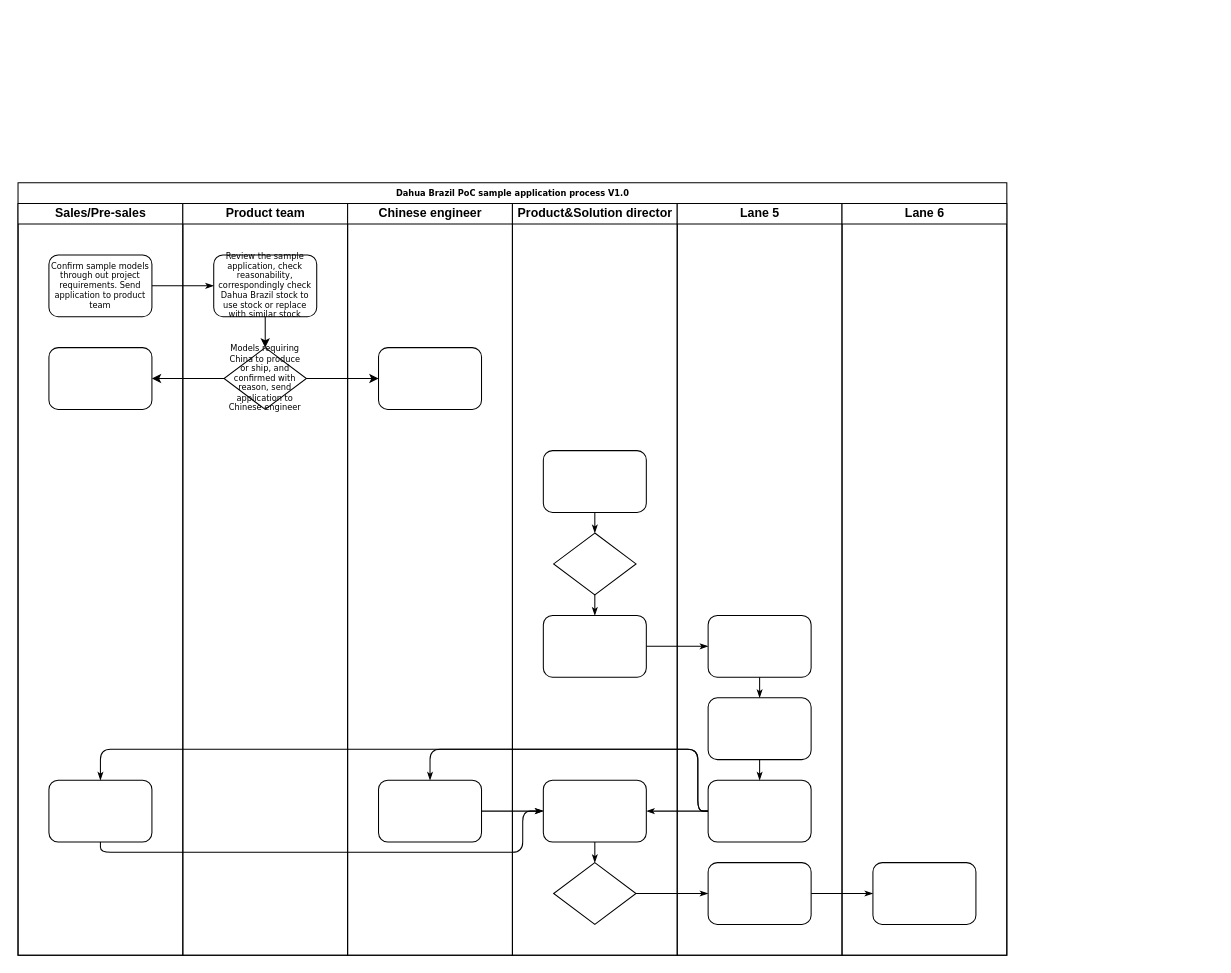
Above: Dahua Brazil PoC sample application process V1.0.drawio in akkkriver/diagramswork (draw.io), before the change. Source tidied: cells renumbered, new cells numbered last; positions are measured from the earlier drawing's top-left corner, leaving out a move shared by most shapes. Both pictures are drawn from the tidied source at 103%, with x=0, y=0 at pixel (18, 182).
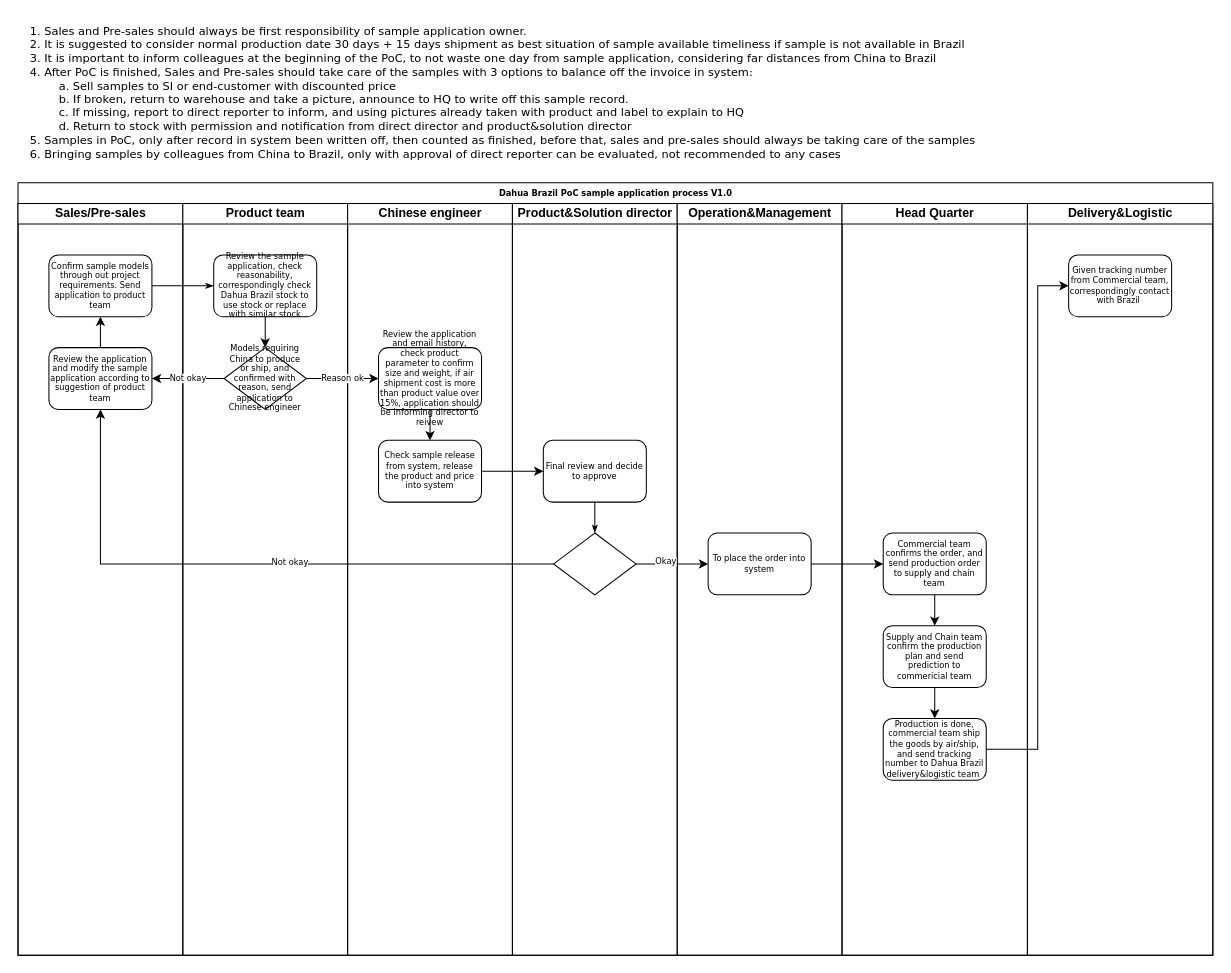
The same diagram, later.

Unchanged cells that the change refers to:
```xml
<mxCell id="3" value="Sales/Pre-sales" style="swimlane;html=1;startSize=20;labelBackgroundColor=none;" parent="2" vertex="1">
  <mxGeometry y="20" width="160" height="730" as="geometry" />
</mxCell>
<mxCell id="4" value="Confirm sample models through out project requirements. Send application to product team" style="rounded=1;whiteSpace=wrap;html=1;shadow=0;labelBackgroundColor=none;strokeWidth=1;fontFamily=Verdana;fontSize=8;align=center;" parent="3" vertex="1">
  <mxGeometry x="30" y="50" width="100" height="60" as="geometry" />
</mxCell>
<mxCell id="19" value="Models requiring China to produce or ship, and confirmed with reason, send application to Chinese engineer" style="rhombus;whiteSpace=wrap;html=1;rounded=0;shadow=0;labelBackgroundColor=none;strokeWidth=1;fontFamily=Verdana;fontSize=8;align=center;" parent="16" vertex="1">
  <mxGeometry x="40" y="140" width="80" height="60" as="geometry" />
</mxCell>
<mxCell id="20" value="Chinese engineer" style="swimlane;html=1;startSize=20;labelBackgroundColor=none;" parent="2" vertex="1">
  <mxGeometry x="320" y="20" width="160" height="730" as="geometry" />
</mxCell>
<mxCell id="23" value="Product&amp;amp;Solution director" style="swimlane;html=1;startSize=20;labelBackgroundColor=none;" parent="2" vertex="1">
  <mxGeometry x="480" y="20" width="160" height="730" as="geometry" />
</mxCell>
<mxCell id="25" style="rhombus;whiteSpace=wrap;html=1;rounded=0;shadow=0;labelBackgroundColor=none;strokeWidth=1;fontFamily=Verdana;fontSize=8;align=center;" parent="23" vertex="1">
  <mxGeometry x="40" y="320" width="80" height="60" as="geometry" />
</mxCell>
```

Diff of the diagram source:
```diff
@@
     <mxCell id="2" value="Dahua Brazil PoC sample application process V1.0" style="swimlane;html=1;startSize=20;rounded=0;shadow=0;labelBackgroundColor=none;strokeWidth=1;fontFamily=Verdana;fontSize=8;align=center;" parent="1" vertex="1">
-      <mxGeometry width="960" height="750" as="geometry" />
+      <mxGeometry width="1160" height="750" as="geometry" />
     </mxCell>
@@
+    <mxCell id="43" style="edgeStyle=orthogonalEdgeStyle;rounded=0;jettySize=auto;html=1;fontFamily=Verdana;fontSize=8;fontColor=default;startSize=20;" parent="3" edge="1" source="5" target="4">
+      <mxGeometry relative="1" as="geometry" />
+    </mxCell>
-    <mxCell id="5" style="rounded=1;whiteSpace=wrap;html=1;shadow=0;labelBackgroundColor=none;strokeWidth=1;fontFamily=Verdana;fontSize=8;align=center;" parent="3" vertex="1">
+    <mxCell id="5" value="Review the application and modify the sample application according to suggestion of product team" style="rounded=1;whiteSpace=wrap;html=1;shadow=0;labelBackgroundColor=none;strokeWidth=1;fontFamily=Verdana;fontSize=8;align=center;" parent="3" vertex="1">
       <mxGeometry x="30" y="140" width="100" height="60" as="geometry" />
     </mxCell>
-    <mxCell id="6" style="rounded=1;whiteSpace=wrap;html=1;shadow=0;labelBackgroundColor=none;strokeWidth=1;fontFamily=Verdana;fontSize=8;align=center;" parent="3" vertex="1">
-      <mxGeometry x="30" y="560" width="100" height="60" as="geometry" />
-    </mxCell>
@@
-    <mxCell id="8" style="edgeStyle=orthogonalEdgeStyle;rounded=1;html=1;labelBackgroundColor=none;startArrow=none;startFill=0;startSize=5;endArrow=classicThin;endFill=1;endSize=5;jettySize=auto;strokeWidth=1;fontFamily=Verdana;fontSize=8;fontColor=default;" parent="2" edge="1" source="28" target="36">
-      <mxGeometry relative="1" as="geometry" />
-    </mxCell>
-    <mxCell id="9" style="edgeStyle=orthogonalEdgeStyle;rounded=1;html=1;labelBackgroundColor=none;startArrow=none;startFill=0;startSize=5;endArrow=classicThin;endFill=1;endSize=5;jettySize=auto;strokeWidth=1;fontFamily=Verdana;fontSize=8;fontColor=default;" parent="2" edge="1" source="36" target="40">
-      <mxGeometry relative="1" as="geometry" />
-    </mxCell>
-    <mxCell id="10" style="edgeStyle=orthogonalEdgeStyle;rounded=1;html=1;labelBackgroundColor=none;startArrow=none;startFill=0;startSize=5;endArrow=classicThin;endFill=1;endSize=5;jettySize=auto;strokeWidth=1;fontFamily=Verdana;fontSize=8;fontColor=default;" parent="2" edge="1" source="26" target="33">
-      <mxGeometry relative="1" as="geometry" />
-    </mxCell>
-    <mxCell id="11" style="edgeStyle=orthogonalEdgeStyle;rounded=1;html=1;labelBackgroundColor=none;startArrow=none;startFill=0;startSize=5;endArrow=classicThin;endFill=1;endSize=5;jettySize=auto;strokeWidth=1;fontFamily=Verdana;fontSize=8;fontColor=default;" parent="2" edge="1" source="35" target="22">
-      <mxGeometry relative="1" as="geometry">
-        <Array as="points">
-          <mxPoint x="660" y="610" />
-          <mxPoint x="660" y="550" />
-          <mxPoint x="400" y="550" />
-        </Array>
-      </mxGeometry>
-    </mxCell>
-    <mxCell id="12" style="edgeStyle=orthogonalEdgeStyle;rounded=1;html=1;labelBackgroundColor=none;startArrow=none;startFill=0;startSize=5;endArrow=classicThin;endFill=1;endSize=5;jettySize=auto;strokeWidth=1;fontFamily=Verdana;fontSize=8;fontColor=default;" parent="2" edge="1" source="35" target="27">
-      <mxGeometry relative="1" as="geometry" />
-    </mxCell>
-    <mxCell id="13" style="edgeStyle=orthogonalEdgeStyle;rounded=1;html=1;labelBackgroundColor=none;startArrow=none;startFill=0;startSize=5;endArrow=classicThin;endFill=1;endSize=5;jettySize=auto;strokeWidth=1;fontFamily=Verdana;fontSize=8;fontColor=default;" parent="2" edge="1" source="35" target="6">
-      <mxGeometry relative="1" as="geometry">
-        <Array as="points">
-          <mxPoint x="660" y="610" />
-          <mxPoint x="660" y="550" />
-          <mxPoint x="80" y="550" />
-        </Array>
-      </mxGeometry>
-    </mxCell>
-    <mxCell id="14" style="edgeStyle=orthogonalEdgeStyle;rounded=1;html=1;labelBackgroundColor=none;startArrow=none;startFill=0;startSize=5;endArrow=classicThin;endFill=1;endSize=5;jettySize=auto;strokeWidth=1;fontFamily=Verdana;fontSize=8;fontColor=default;" parent="2" edge="1" source="6" target="27">
-      <mxGeometry relative="1" as="geometry">
-        <Array as="points">
-          <mxPoint x="80" y="650" />
-          <mxPoint x="490" y="650" />
-          <mxPoint x="490" y="610" />
-        </Array>
-      </mxGeometry>
-    </mxCell>
-    <mxCell id="15" style="edgeStyle=orthogonalEdgeStyle;rounded=1;html=1;labelBackgroundColor=none;startArrow=none;startFill=0;startSize=5;endArrow=classicThin;endFill=1;endSize=5;jettySize=auto;strokeWidth=1;fontFamily=Verdana;fontSize=8;fontColor=default;" parent="2" edge="1" source="22" target="27">
-      <mxGeometry relative="1" as="geometry" />
-    </mxCell>
@@
+    <mxCell id="44" style="edgeStyle=orthogonalEdgeStyle;rounded=0;jettySize=auto;html=1;fontFamily=Verdana;fontSize=8;fontColor=default;startSize=20;" parent="20" edge="1" source="21" target="45">
+      <mxGeometry relative="1" as="geometry" />
+    </mxCell>
-    <mxCell id="21" style="rounded=1;whiteSpace=wrap;html=1;shadow=0;labelBackgroundColor=none;strokeWidth=1;fontFamily=Verdana;fontSize=8;align=center;" parent="20" vertex="1">
+    <mxCell id="21" value="Review the application and email history, check product parameter to confirm size and weight, if air shipment cost is more than product value over 15%, application should be informing director to reivew" style="rounded=1;whiteSpace=wrap;html=1;shadow=0;labelBackgroundColor=none;strokeWidth=1;fontFamily=Verdana;fontSize=8;align=center;" parent="20" vertex="1">
       <mxGeometry x="30" y="140" width="100" height="60" as="geometry" />
     </mxCell>
-    <mxCell id="22" style="rounded=1;whiteSpace=wrap;html=1;shadow=0;labelBackgroundColor=none;strokeWidth=1;fontFamily=Verdana;fontSize=8;align=center;" parent="20" vertex="1">
-      <mxGeometry x="30" y="560" width="100" height="60" as="geometry" />
-    </mxCell>
+    <mxCell id="45" value="Check sample release from system, release the product and price into system" style="rounded=1;whiteSpace=wrap;html=1;shadow=0;labelBackgroundColor=none;strokeWidth=1;fontFamily=Verdana;fontSize=8;align=center;" parent="20" vertex="1">
+      <mxGeometry x="30" y="230" width="100" height="60" as="geometry" />
+    </mxCell>
@@
-    <mxCell id="24" style="rounded=1;whiteSpace=wrap;html=1;shadow=0;labelBackgroundColor=none;strokeWidth=1;fontFamily=Verdana;fontSize=8;align=center;" parent="23" vertex="1">
-      <mxGeometry x="30" y="240" width="100" height="60" as="geometry" />
+    <mxCell id="24" value="Final review and decide to approve" style="rounded=1;whiteSpace=wrap;html=1;shadow=0;labelBackgroundColor=none;strokeWidth=1;fontFamily=Verdana;fontSize=8;align=center;" parent="23" vertex="1">
+      <mxGeometry x="30" y="230" width="100" height="60" as="geometry" />
     </mxCell>
@@
-    <mxCell id="26" style="rounded=1;whiteSpace=wrap;html=1;shadow=0;labelBackgroundColor=none;strokeWidth=1;fontFamily=Verdana;fontSize=8;align=center;" parent="23" vertex="1">
-      <mxGeometry x="30" y="400" width="100" height="60" as="geometry" />
-    </mxCell>
-    <mxCell id="27" style="rounded=1;whiteSpace=wrap;html=1;shadow=0;labelBackgroundColor=none;strokeWidth=1;fontFamily=Verdana;fontSize=8;align=center;" parent="23" vertex="1">
-      <mxGeometry x="30" y="560" width="100" height="60" as="geometry" />
-    </mxCell>
-    <mxCell id="28" style="rhombus;whiteSpace=wrap;html=1;rounded=0;shadow=0;labelBackgroundColor=none;strokeWidth=1;fontFamily=Verdana;fontSize=8;align=center;" parent="23" vertex="1">
-      <mxGeometry x="40" y="640" width="80" height="60" as="geometry" />
-    </mxCell>
@@
-    <mxCell id="30" style="edgeStyle=orthogonalEdgeStyle;rounded=1;html=1;labelBackgroundColor=none;startArrow=none;startFill=0;startSize=5;endArrow=classicThin;endFill=1;endSize=5;jettySize=auto;strokeWidth=1;fontFamily=Verdana;fontSize=8;fontColor=default;" parent="23" edge="1" source="25" target="26">
-      <mxGeometry relative="1" as="geometry" />
-    </mxCell>
-    <mxCell id="31" style="edgeStyle=orthogonalEdgeStyle;rounded=1;html=1;labelBackgroundColor=none;startArrow=none;startFill=0;startSize=5;endArrow=classicThin;endFill=1;endSize=5;jettySize=auto;strokeWidth=1;fontFamily=Verdana;fontSize=8;fontColor=default;" parent="23" edge="1" source="27" target="28">
-      <mxGeometry relative="1" as="geometry" />
-    </mxCell>
-    <mxCell id="32" value="Lane 5" style="swimlane;html=1;startSize=20;labelBackgroundColor=none;" parent="2" vertex="1">
+    <mxCell id="32" value="Operation&amp;amp;Management" style="swimlane;html=1;startSize=20;labelBackgroundColor=none;" parent="2" vertex="1">
       <mxGeometry x="640" y="20" width="160" height="730" as="geometry" />
     </mxCell>
+    <mxCell id="46" value="To place the order into system" style="rounded=1;whiteSpace=wrap;html=1;shadow=0;labelBackgroundColor=none;strokeWidth=1;fontFamily=Verdana;fontSize=8;align=center;" parent="32" vertex="1">
+      <mxGeometry x="30" y="320" width="100" height="60" as="geometry" />
+    </mxCell>
+    <mxCell id="39" value="Head Quarter" style="swimlane;html=1;startSize=20;labelBackgroundColor=none;" parent="2" vertex="1">
+      <mxGeometry x="800" y="20" width="180" height="730" as="geometry" />
+    </mxCell>
+    <mxCell id="47" style="edgeStyle=orthogonalEdgeStyle;rounded=0;jettySize=auto;html=1;fontFamily=Verdana;fontSize=8;fontColor=default;startSize=20;" parent="39" edge="1" source="40" target="49">
+      <mxGeometry relative="1" as="geometry" />
+    </mxCell>
+    <mxCell id="40" value="Supply and Chain team confirm the production plan and send prediction to commericial team" style="rounded=1;whiteSpace=wrap;html=1;shadow=0;labelBackgroundColor=none;strokeWidth=1;fontFamily=Verdana;fontSize=8;align=center;" parent="39" vertex="1">
+      <mxGeometry x="40" y="410" width="100" height="60" as="geometry" />
+    </mxCell>
+    <mxCell id="48" style="edgeStyle=orthogonalEdgeStyle;rounded=0;jettySize=auto;html=1;fontFamily=Verdana;fontSize=8;fontColor=default;startSize=20;" parent="39" edge="1" source="33" target="40">
+      <mxGeometry relative="1" as="geometry" />
+    </mxCell>
-    <mxCell id="33" style="rounded=1;whiteSpace=wrap;html=1;shadow=0;labelBackgroundColor=none;strokeWidth=1;fontFamily=Verdana;fontSize=8;align=center;" parent="32" vertex="1">
-      <mxGeometry x="30" y="400" width="100" height="60" as="geometry" />
+    <mxCell id="33" value="Commercial team confirms the order, and send production order to supply and chain team" style="rounded=1;whiteSpace=wrap;html=1;shadow=0;labelBackgroundColor=none;strokeWidth=1;fontFamily=Verdana;fontSize=8;align=center;" parent="39" vertex="1">
+      <mxGeometry x="40" y="320" width="100" height="60" as="geometry" />
     </mxCell>
-    <mxCell id="34" style="rounded=1;whiteSpace=wrap;html=1;shadow=0;labelBackgroundColor=none;strokeWidth=1;fontFamily=Verdana;fontSize=8;align=center;" parent="32" vertex="1">
-      <mxGeometry x="30" y="480" width="100" height="60" as="geometry" />
-    </mxCell>
-    <mxCell id="35" style="rounded=1;whiteSpace=wrap;html=1;shadow=0;labelBackgroundColor=none;strokeWidth=1;fontFamily=Verdana;fontSize=8;align=center;" parent="32" vertex="1">
-      <mxGeometry x="30" y="560" width="100" height="60" as="geometry" />
-    </mxCell>
-    <mxCell id="36" style="rounded=1;whiteSpace=wrap;html=1;shadow=0;labelBackgroundColor=none;strokeWidth=1;fontFamily=Verdana;fontSize=8;align=center;" parent="32" vertex="1">
-      <mxGeometry x="30" y="640" width="100" height="60" as="geometry" />
-    </mxCell>
-    <mxCell id="37" style="edgeStyle=orthogonalEdgeStyle;rounded=1;html=1;labelBackgroundColor=none;startArrow=none;startFill=0;startSize=5;endArrow=classicThin;endFill=1;endSize=5;jettySize=auto;strokeWidth=1;fontFamily=Verdana;fontSize=8;fontColor=default;" parent="32" edge="1" source="33" target="34">
-      <mxGeometry relative="1" as="geometry" />
-    </mxCell>
-    <mxCell id="38" style="edgeStyle=orthogonalEdgeStyle;rounded=1;html=1;labelBackgroundColor=none;startArrow=none;startFill=0;startSize=5;endArrow=classicThin;endFill=1;endSize=5;jettySize=auto;strokeWidth=1;fontFamily=Verdana;fontSize=8;fontColor=default;" parent="32" edge="1" source="34" target="35">
-      <mxGeometry relative="1" as="geometry" />
-    </mxCell>
-    <mxCell id="39" value="Lane 6" style="swimlane;html=1;startSize=20;labelBackgroundColor=none;" parent="2" vertex="1">
-      <mxGeometry x="800" y="20" width="160" height="730" as="geometry" />
-    </mxCell>
-    <mxCell id="40" style="rounded=1;whiteSpace=wrap;html=1;shadow=0;labelBackgroundColor=none;strokeWidth=1;fontFamily=Verdana;fontSize=8;align=center;" parent="39" vertex="1">
-      <mxGeometry x="30" y="640" width="100" height="60" as="geometry" />
-    </mxCell>
+    <mxCell id="49" value="Production is done, commercial team ship the goods by air/ship, and send tracking number to Dahua Brazil delivery&amp;amp;logistic team&amp;nbsp;" style="rounded=1;whiteSpace=wrap;html=1;shadow=0;labelBackgroundColor=none;strokeWidth=1;fontFamily=Verdana;fontSize=8;align=center;" parent="39" vertex="1">
+      <mxGeometry x="40" y="500" width="100" height="60" as="geometry" />
+    </mxCell>
-    <mxCell id="41" style="edgeStyle=orthogonalEdgeStyle;rounded=0;jettySize=auto;html=1;fontFamily=Verdana;fontSize=8;fontColor=default;startSize=20;" parent="2" edge="1" source="19" target="5">
+    <mxCell id="41" value="Not okay" style="edgeStyle=orthogonalEdgeStyle;rounded=0;jettySize=auto;html=1;fontFamily=Verdana;fontSize=8;fontColor=default;startSize=20;" parent="2" edge="1" source="19" target="5">
       <mxGeometry relative="1" as="geometry" />
     </mxCell>
-    <mxCell id="42" style="edgeStyle=orthogonalEdgeStyle;rounded=0;jettySize=auto;html=1;fontFamily=Verdana;fontSize=8;fontColor=default;startSize=20;" parent="2" edge="1" source="19" target="21">
+    <mxCell id="42" value="Reason ok" style="edgeStyle=orthogonalEdgeStyle;rounded=0;jettySize=auto;html=1;fontFamily=Verdana;fontSize=8;fontColor=default;startSize=20;" parent="2" edge="1" source="19" target="21">
       <mxGeometry relative="1" as="geometry" />
     </mxCell>
+    <mxCell id="50" style="edgeStyle=orthogonalEdgeStyle;rounded=0;jettySize=auto;html=1;fontFamily=Verdana;fontSize=8;fontColor=default;startSize=20;" parent="2" edge="1" source="45" target="24">
+      <mxGeometry relative="1" as="geometry" />
+    </mxCell>
+    <mxCell id="51" style="edgeStyle=orthogonalEdgeStyle;rounded=0;jettySize=auto;html=1;fontFamily=Verdana;fontSize=8;fontColor=default;startSize=20;entryX=0.5;entryY=1;entryDx=0;entryDy=0;" parent="2" edge="1" source="25" target="5">
+      <mxGeometry relative="1" as="geometry" />
+    </mxCell>
+    <mxCell id="52" value="Not okay" style="edgeLabel;html=1;align=center;verticalAlign=middle;fontSize=8;fontFamily=Verdana;fontColor=default;" parent="51" vertex="1">
+      <mxGeometry x="-0.13" y="-2" relative="1" as="geometry" />
+    </mxCell>
+    <mxCell id="53" style="edgeStyle=orthogonalEdgeStyle;rounded=0;jettySize=auto;html=1;fontFamily=Verdana;fontSize=8;fontColor=default;startSize=20;" parent="2" edge="1" source="25" target="46">
+      <mxGeometry relative="1" as="geometry" />
+    </mxCell>
+    <mxCell id="54" value="Okay" style="edgeLabel;html=1;align=center;verticalAlign=middle;fontSize=8;fontFamily=Verdana;fontColor=default;" parent="53" vertex="1">
+      <mxGeometry x="-0.21" y="3" relative="1" as="geometry" />
+    </mxCell>
+    <mxCell id="55" value="Delivery&amp;amp;Logistic" style="swimlane;html=1;startSize=20;labelBackgroundColor=none;" parent="2" vertex="1">
+      <mxGeometry x="980" y="20" width="180" height="730" as="geometry" />
+    </mxCell>
+    <mxCell id="56" value="Given tracking number from Commercial team, correspondingly contact with Brazil&amp;nbsp;" style="rounded=1;whiteSpace=wrap;html=1;shadow=0;labelBackgroundColor=none;strokeWidth=1;fontFamily=Verdana;fontSize=8;align=center;" parent="55" vertex="1">
+      <mxGeometry x="40" y="50" width="100" height="60" as="geometry" />
+    </mxCell>
+    <mxCell id="57" style="edgeStyle=orthogonalEdgeStyle;rounded=0;jettySize=auto;html=1;fontFamily=Verdana;fontSize=8;fontColor=default;startSize=20;" parent="2" edge="1" source="46" target="33">
+      <mxGeometry relative="1" as="geometry" />
+    </mxCell>
+    <mxCell id="58" style="edgeStyle=orthogonalEdgeStyle;rounded=0;jettySize=auto;html=1;fontFamily=Verdana;fontSize=8;fontColor=default;startSize=20;entryX=0;entryY=0.5;entryDx=0;entryDy=0;" parent="2" edge="1" source="49" target="56">
+      <mxGeometry relative="1" as="geometry">
+        <Array as="points">
+          <mxPoint x="990" y="550" />
+          <mxPoint x="990" y="100" />
+        </Array>
+      </mxGeometry>
+    </mxCell>
+    <mxCell id="59" value="&lt;font style=&quot;font-size: 11px;&quot;&gt;1. Sales and Pre-sales should always be first responsibility of sample application owner.&lt;br&gt;2. It is suggested to consider normal production date 30 days + 15 days shipment as best situation of sample available&amp;nbsp;timeliness if sample is not available in Brazil&lt;br&gt;3. It is important to inform colleagues at the beginning of the PoC, to not waste one day from sample application, considering far distances from China to Brazil&lt;br&gt;4. After PoC is finished, Sales and Pre-sales should take care of the samples with 3 options to balance off the invoice in system:&lt;br&gt;&lt;span style=&quot;white-space: pre;&quot;&gt;&#9;&lt;/span&gt;a. Sell samples to SI or end-customer with discounted price&lt;br&gt;&lt;span style=&quot;white-space: pre;&quot;&gt;&#9;&lt;/span&gt;b. If broken, return to warehouse and take a picture, announce to HQ to write off this sample record.&lt;br&gt;&lt;span style=&quot;white-space: pre;&quot;&gt;&#9;&lt;/span&gt;c. If missing, report to direct reporter to inform, and using pictures already taken with product and label to explain to HQ&lt;br&gt;&lt;span style=&quot;white-space: pre;&quot;&gt;&#9;&lt;/span&gt;d. Return to stock with permission and notification from direct director and product&amp;amp;solution director&lt;br&gt;5. Samples in PoC, only after record in system been written off, then counted as finished, before that, sales and pre-sales should always be taking care of the samples&lt;br&gt;6. Bringing samples by colleagues from China to Brazil, only with approval of direct reporter can be evaluated, not recommended to any cases&lt;br&gt;&lt;/font&gt;" style="text;strokeColor=none;align=left;fillColor=none;html=1;verticalAlign=top;whiteSpace=wrap;rounded=0;fontSize=8;fontFamily=Verdana;fontColor=default;" parent="1" vertex="1">
+      <mxGeometry x="10" y="-160" width="970" height="170" as="geometry" />
+    </mxCell>
```
